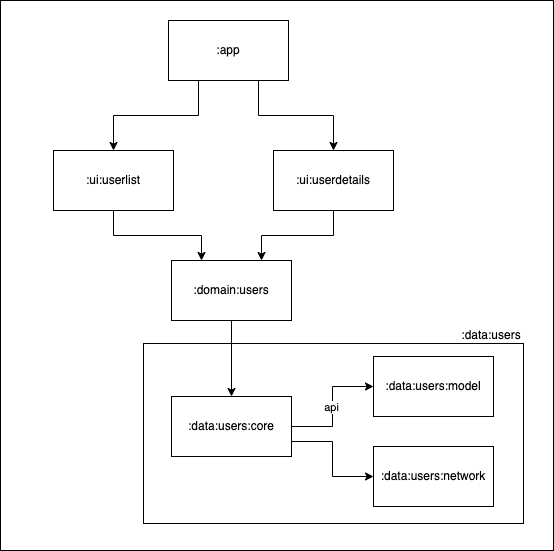
The draw.io diagram docs/arch2.png in burnoo/DemoListApp, before a commit. Source tidied: cells renumbered, new cells last; positions are measured from the earlier drawing's top-left corner, leaving out a move shared by most shapes.
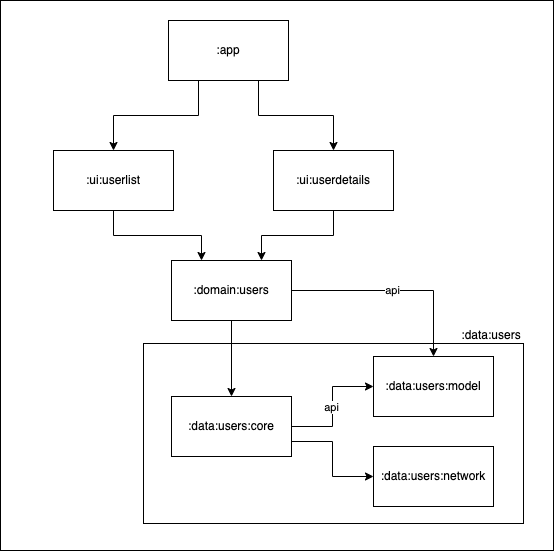
After the change.

Commit message:
Update domain diagram

The edit, as a diff of the source:
```diff
@@ -53,6 +53,14 @@
     <mxCell id="18" style="edgeStyle=orthogonalEdgeStyle;rounded=0;jettySize=auto;html=1;exitX=0.5;exitY=1;exitDx=0;exitDy=0;" parent="1" edge="1" source="19" target="15">
       <mxGeometry relative="1" as="geometry" />
     </mxCell>
+    <mxCell id="20" style="edgeStyle=orthogonalEdgeStyle;rounded=0;jettySize=auto;html=1;exitX=1;exitY=0.5;exitDx=0;exitDy=0;" parent="1" edge="1" source="19" target="16">
+      <mxGeometry relative="1" as="geometry" />
+    </mxCell>
+    <mxCell id="21" value="api" style="edgeLabel;html=1;align=center;verticalAlign=middle;" parent="20" vertex="1">
+      <mxGeometry x="-0.04" y="-1" relative="1" as="geometry">
+        <mxPoint y="-2" as="offset" />
+      </mxGeometry>
+    </mxCell>
     <mxCell id="19" value=":domain:users" style="rounded=0;whiteSpace=wrap;html=1;" parent="1" vertex="1">
       <mxGeometry x="171" y="260" width="120" height="60" as="geometry" />
     </mxCell>
```
